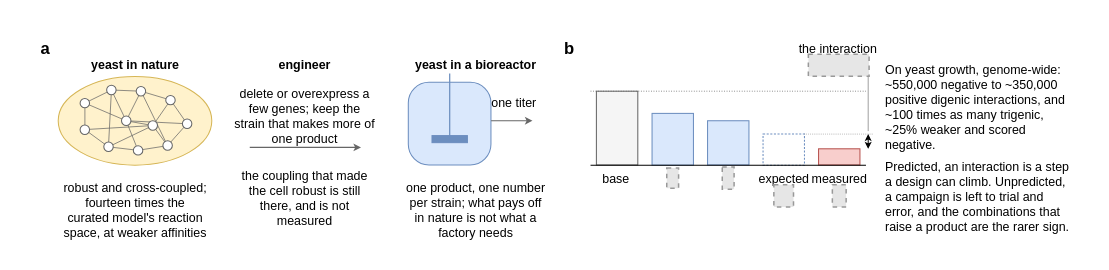
The draw.io diagram notes/assets/drawio/ffa-epistasis-fig1-motivation.drawio in Mjvolk3/torchcell, before the edit. Source tidied: cells renumbered, new cells numbered last; positions are measured from the earlier drawing's top-left corner, leaving out a move shared by most shapes. Both pictures are drawn from the tidied source at 150%, with x=0, y=0 at pixel (26, 26). Pictures stored in the file or linked from it are replaced by grey dashed boxes.
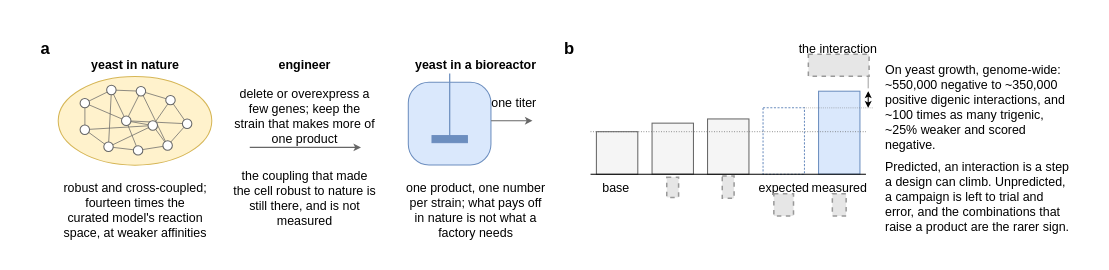
The same diagram, later.

Change to the diagram source:
```diff
@@
-    <mxCell id="41" value="the coupling that made the cell robust is still there, and is not measured" style="text;html=1;whiteSpace=wrap;strokeColor=none;fillColor=none;align=center;verticalAlign=middle;fontFamily=Arial;fontSize=8.3;fontColor=#000000;verticalAlign=top;" parent="1" vertex="1">
+    <mxCell id="41" value="the coupling that made the cell robust to nature is still there, and is not measured" style="text;html=1;whiteSpace=wrap;strokeColor=none;fillColor=none;align=center;verticalAlign=middle;fontFamily=Arial;fontSize=8.3;fontColor=#000000;verticalAlign=top;" parent="1" vertex="1">
       <mxGeometry x="137.2" y="88.6" width="97.8" height="39.4" as="geometry" />
     </mxCell>
@@
     <mxCell id="50" style="rounded=0;whiteSpace=wrap;html=1;fillColor=#F5F5F5;strokeColor=#666666;strokeWidth=0.69;" parent="1" vertex="1">
-      <mxGeometry x="380.1" y="43.3" width="27.6" height="49.2" as="geometry" />
+      <mxGeometry x="380.1" y="70.3" width="27.6" height="28.4" as="geometry" />
     </mxCell>
-    <mxCell id="51" style="rounded=0;whiteSpace=wrap;html=1;fillColor=#DAE8FC;strokeColor=#6C8EBF;strokeWidth=0.69;" parent="1" vertex="1">
-      <mxGeometry x="417.2" y="58.1" width="27.6" height="34.5" as="geometry" />
+    <mxCell id="51" style="rounded=0;whiteSpace=wrap;html=1;fillColor=#F5F5F5;strokeColor=#666666;strokeWidth=0.69;" parent="1" vertex="1">
+      <mxGeometry x="417.2" y="64.6" width="27.6" height="34" as="geometry" />
     </mxCell>
-    <mxCell id="52" style="rounded=0;whiteSpace=wrap;html=1;fillColor=#DAE8FC;strokeColor=#6C8EBF;strokeWidth=0.69;" parent="1" vertex="1">
-      <mxGeometry x="454.2" y="63" width="27.6" height="29.5" as="geometry" />
+    <mxCell id="52" style="rounded=0;whiteSpace=wrap;html=1;fillColor=#F5F5F5;strokeColor=#666666;strokeWidth=0.69;" parent="1" vertex="1">
+      <mxGeometry x="454.2" y="61.8" width="27.6" height="36.9" as="geometry" />
     </mxCell>
     <mxCell id="53" style="rounded=0;whiteSpace=wrap;html=1;fillColor=#FFFFFF;strokeColor=#6C8EBF;strokeWidth=0.69;dashed=1;dashPattern=2 1.5;" parent="1" vertex="1">
-      <mxGeometry x="491.2" y="71.9" width="27.6" height="20.7" as="geometry" />
+      <mxGeometry x="491.2" y="54.4" width="27.6" height="44.2" as="geometry" />
     </mxCell>
-    <mxCell id="54" style="rounded=0;whiteSpace=wrap;html=1;fillColor=#F8CECC;strokeColor=#B85450;strokeWidth=0.69;" parent="1" vertex="1">
-      <mxGeometry x="528.2" y="81.7" width="27.6" height="10.8" as="geometry" />
+    <mxCell id="54" style="rounded=0;whiteSpace=wrap;html=1;fillColor=#DAE8FC;strokeColor=#6C8EBF;strokeWidth=0.69;" parent="1" vertex="1">
+      <mxGeometry x="528.2" y="43.3" width="27.6" height="55.3" as="geometry" />
     </mxCell>
     <mxCell id="55" style="edgeStyle=none;html=1;strokeColor=#000000;strokeWidth=0.69;endArrow=none;startArrow=none;endFill=1;endSize=2.5;rounded=0;" parent="1" edge="1">
       <mxGeometry relative="1" as="geometry">
-        <mxPoint x="376.2" y="92.6" as="sourcePoint" />
-        <mxPoint x="559.8" y="92.6" as="targetPoint" />
+        <mxPoint x="376.2" y="98.6" as="sourcePoint" />
+        <mxPoint x="559.8" y="98.6" as="targetPoint" />
       </mxGeometry>
     </mxCell>
     <mxCell id="56" style="edgeStyle=none;html=1;strokeColor=#666666;strokeWidth=0.56;endArrow=none;startArrow=none;endFill=1;endSize=2.5;rounded=0;dashed=1;dashPattern=1 2;" parent="1" edge="1">
       <mxGeometry relative="1" as="geometry">
-        <mxPoint x="376.2" y="43.3" as="sourcePoint" />
-        <mxPoint x="559.8" y="43.3" as="targetPoint" />
+        <mxPoint x="376.2" y="70.3" as="sourcePoint" />
+        <mxPoint x="559.8" y="70.3" as="targetPoint" />
       </mxGeometry>
     </mxCell>
     <mxCell id="57" value="base" style="text;html=1;whiteSpace=wrap;strokeColor=none;fillColor=none;align=center;verticalAlign=middle;fontFamily=Arial;fontSize=8.3;fontColor=#000000;" parent="1" vertex="1">
-      <mxGeometry x="375.4" y="93.8" width="37" height="15.8" as="geometry" />
+      <mxGeometry x="375.4" y="99.8" width="37" height="15.8" as="geometry" />
     </mxCell>
     <mxCell id="58" style="fillColor=#E6E6E6;strokeColor=#999999;dashed=1;html=1;" parent="1" vertex="1">
-      <mxGeometry x="427" y="94.5" width="7.9" height="13.5" as="geometry" />
+      <mxGeometry x="427" y="100.6" width="7.9" height="13.5" as="geometry" />
     </mxCell>
     <mxCell id="59" style="fillColor=#E6E6E6;strokeColor=#999999;dashed=1;html=1;" parent="1" vertex="1">
-      <mxGeometry x="464" y="93.8" width="7.9" height="14.8" as="geometry" />
+      <mxGeometry x="464" y="99.9" width="7.9" height="14.8" as="geometry" />
     </mxCell>
     <mxCell id="60" value="expected" style="text;html=1;whiteSpace=wrap;strokeColor=none;fillColor=none;align=center;verticalAlign=middle;fontFamily=Arial;fontSize=8.3;fontColor=#000000;" parent="1" vertex="1">
-      <mxGeometry x="486.5" y="93.8" width="37" height="15.8" as="geometry" />
+      <mxGeometry x="486.5" y="99.8" width="37" height="15.8" as="geometry" />
     </mxCell>
     <mxCell id="61" value="measured" style="text;html=1;whiteSpace=wrap;strokeColor=none;fillColor=none;align=center;verticalAlign=middle;fontFamily=Arial;fontSize=8.3;fontColor=#000000;" parent="1" vertex="1">
-      <mxGeometry x="523.5" y="93.8" width="37" height="15.8" as="geometry" />
+      <mxGeometry x="523.5" y="99.8" width="37" height="15.8" as="geometry" />
     </mxCell>
     <mxCell id="62" style="fillColor=#E6E6E6;strokeColor=#999999;dashed=1;html=1;" parent="1" vertex="1">
-      <mxGeometry x="498.4" y="105.7" width="13.1" height="14.8" as="geometry" />
+      <mxGeometry x="498.4" y="111.7" width="13.1" height="14.8" as="geometry" />
     </mxCell>
     <mxCell id="63" style="fillColor=#E6E6E6;strokeColor=#999999;dashed=1;html=1;" parent="1" vertex="1">
-      <mxGeometry x="537.4" y="105.7" width="9.2" height="14.8" as="geometry" />
+      <mxGeometry x="537.4" y="111.7" width="9.2" height="14.8" as="geometry" />
     </mxCell>
     <mxCell id="64" style="edgeStyle=none;html=1;strokeColor=#000000;strokeWidth=0.69;endArrow=classic;startArrow=none;endFill=1;endSize=2.5;rounded=0;startArrow=classic;startFill=1;startSize=2.5;" parent="1" edge="1">
       <mxGeometry relative="1" as="geometry">
-        <mxPoint x="561.3" y="71.9" as="sourcePoint" />
-        <mxPoint x="561.3" y="81.7" as="targetPoint" />
+        <mxPoint x="561.3" y="54.4" as="sourcePoint" />
+        <mxPoint x="561.3" y="43.3" as="targetPoint" />
       </mxGeometry>
     </mxCell>
     <mxCell id="65" style="edgeStyle=none;html=1;strokeColor=#666666;strokeWidth=0.42;endArrow=none;startArrow=none;endFill=1;endSize=2.5;rounded=0;dashed=1;dashPattern=1 2;" parent="1" edge="1">
       <mxGeometry relative="1" as="geometry">
-        <mxPoint x="518.8" y="71.9" as="sourcePoint" />
-        <mxPoint x="564.5" y="71.9" as="targetPoint" />
+        <mxPoint x="518.8" y="54.4" as="sourcePoint" />
+        <mxPoint x="564.5" y="54.4" as="targetPoint" />
       </mxGeometry>
     </mxCell>
     <mxCell id="66" style="edgeStyle=none;html=1;strokeColor=#666666;strokeWidth=0.42;endArrow=none;startArrow=none;endFill=1;endSize=2.5;rounded=0;" parent="1" edge="1">
       <mxGeometry relative="1" as="geometry">
-        <mxPoint x="561.3" y="69.9" as="sourcePoint" />
+        <mxPoint x="561.3" y="41.4" as="sourcePoint" />
         <mxPoint x="561.3" y="33.1" as="targetPoint" />
       </mxGeometry>
     </mxCell>
```
